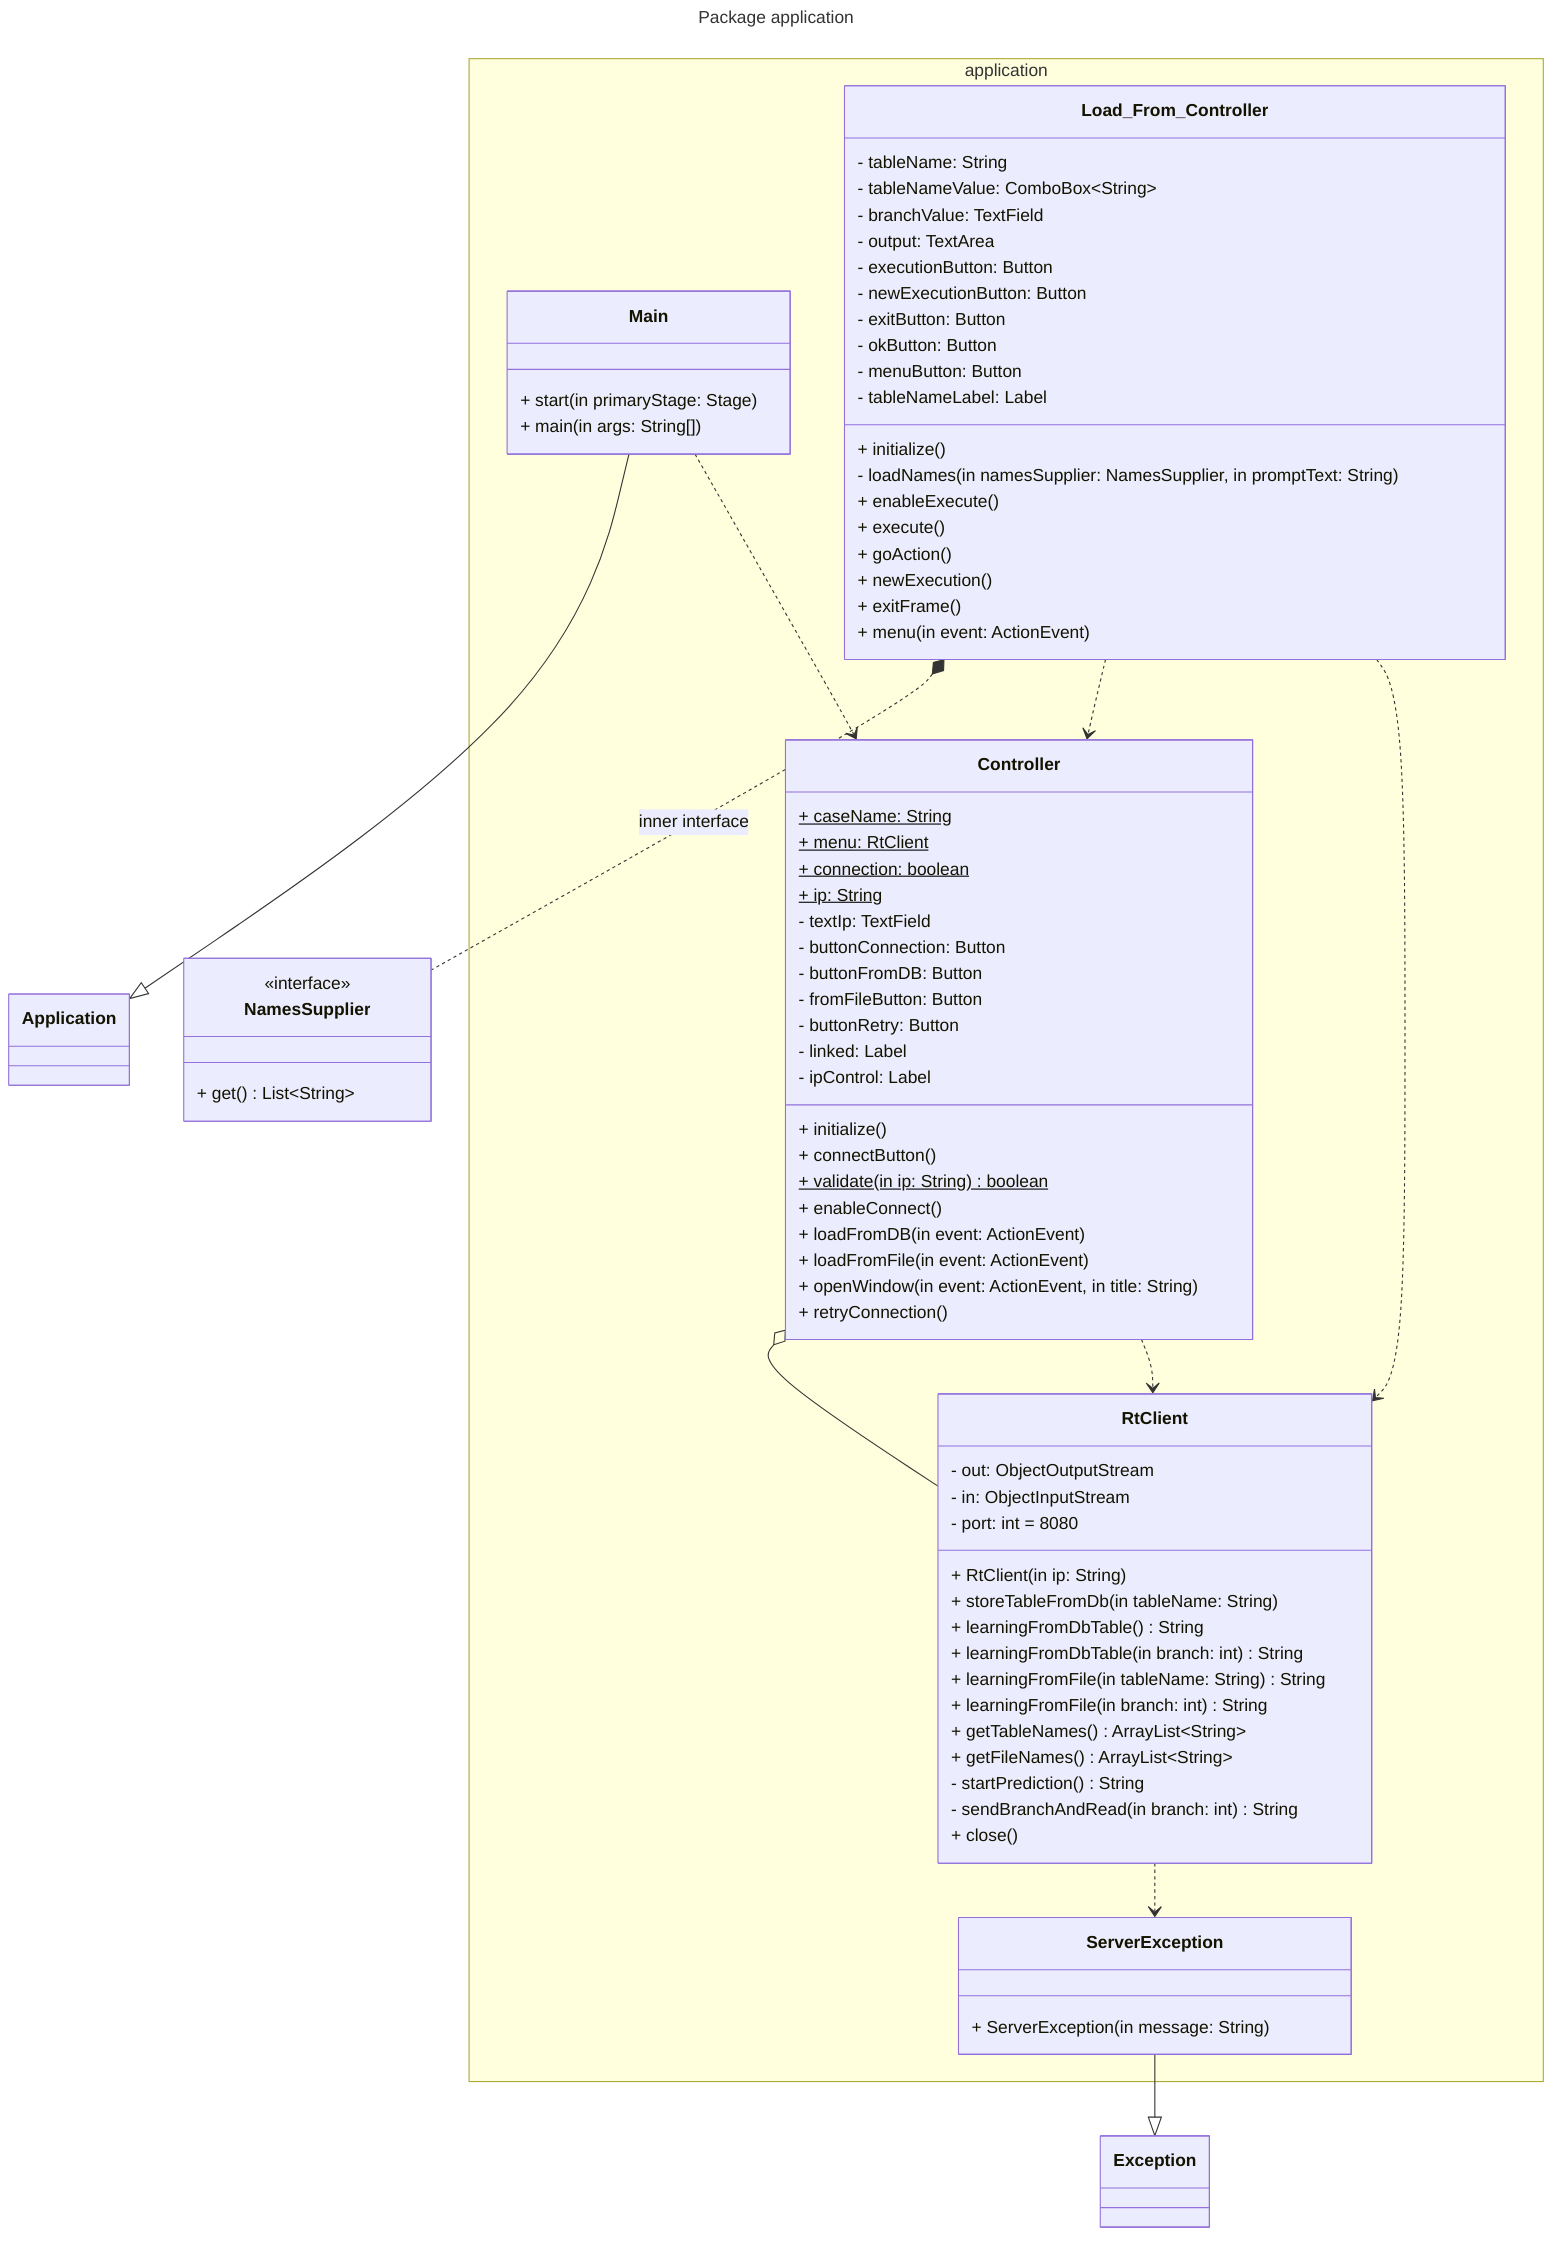
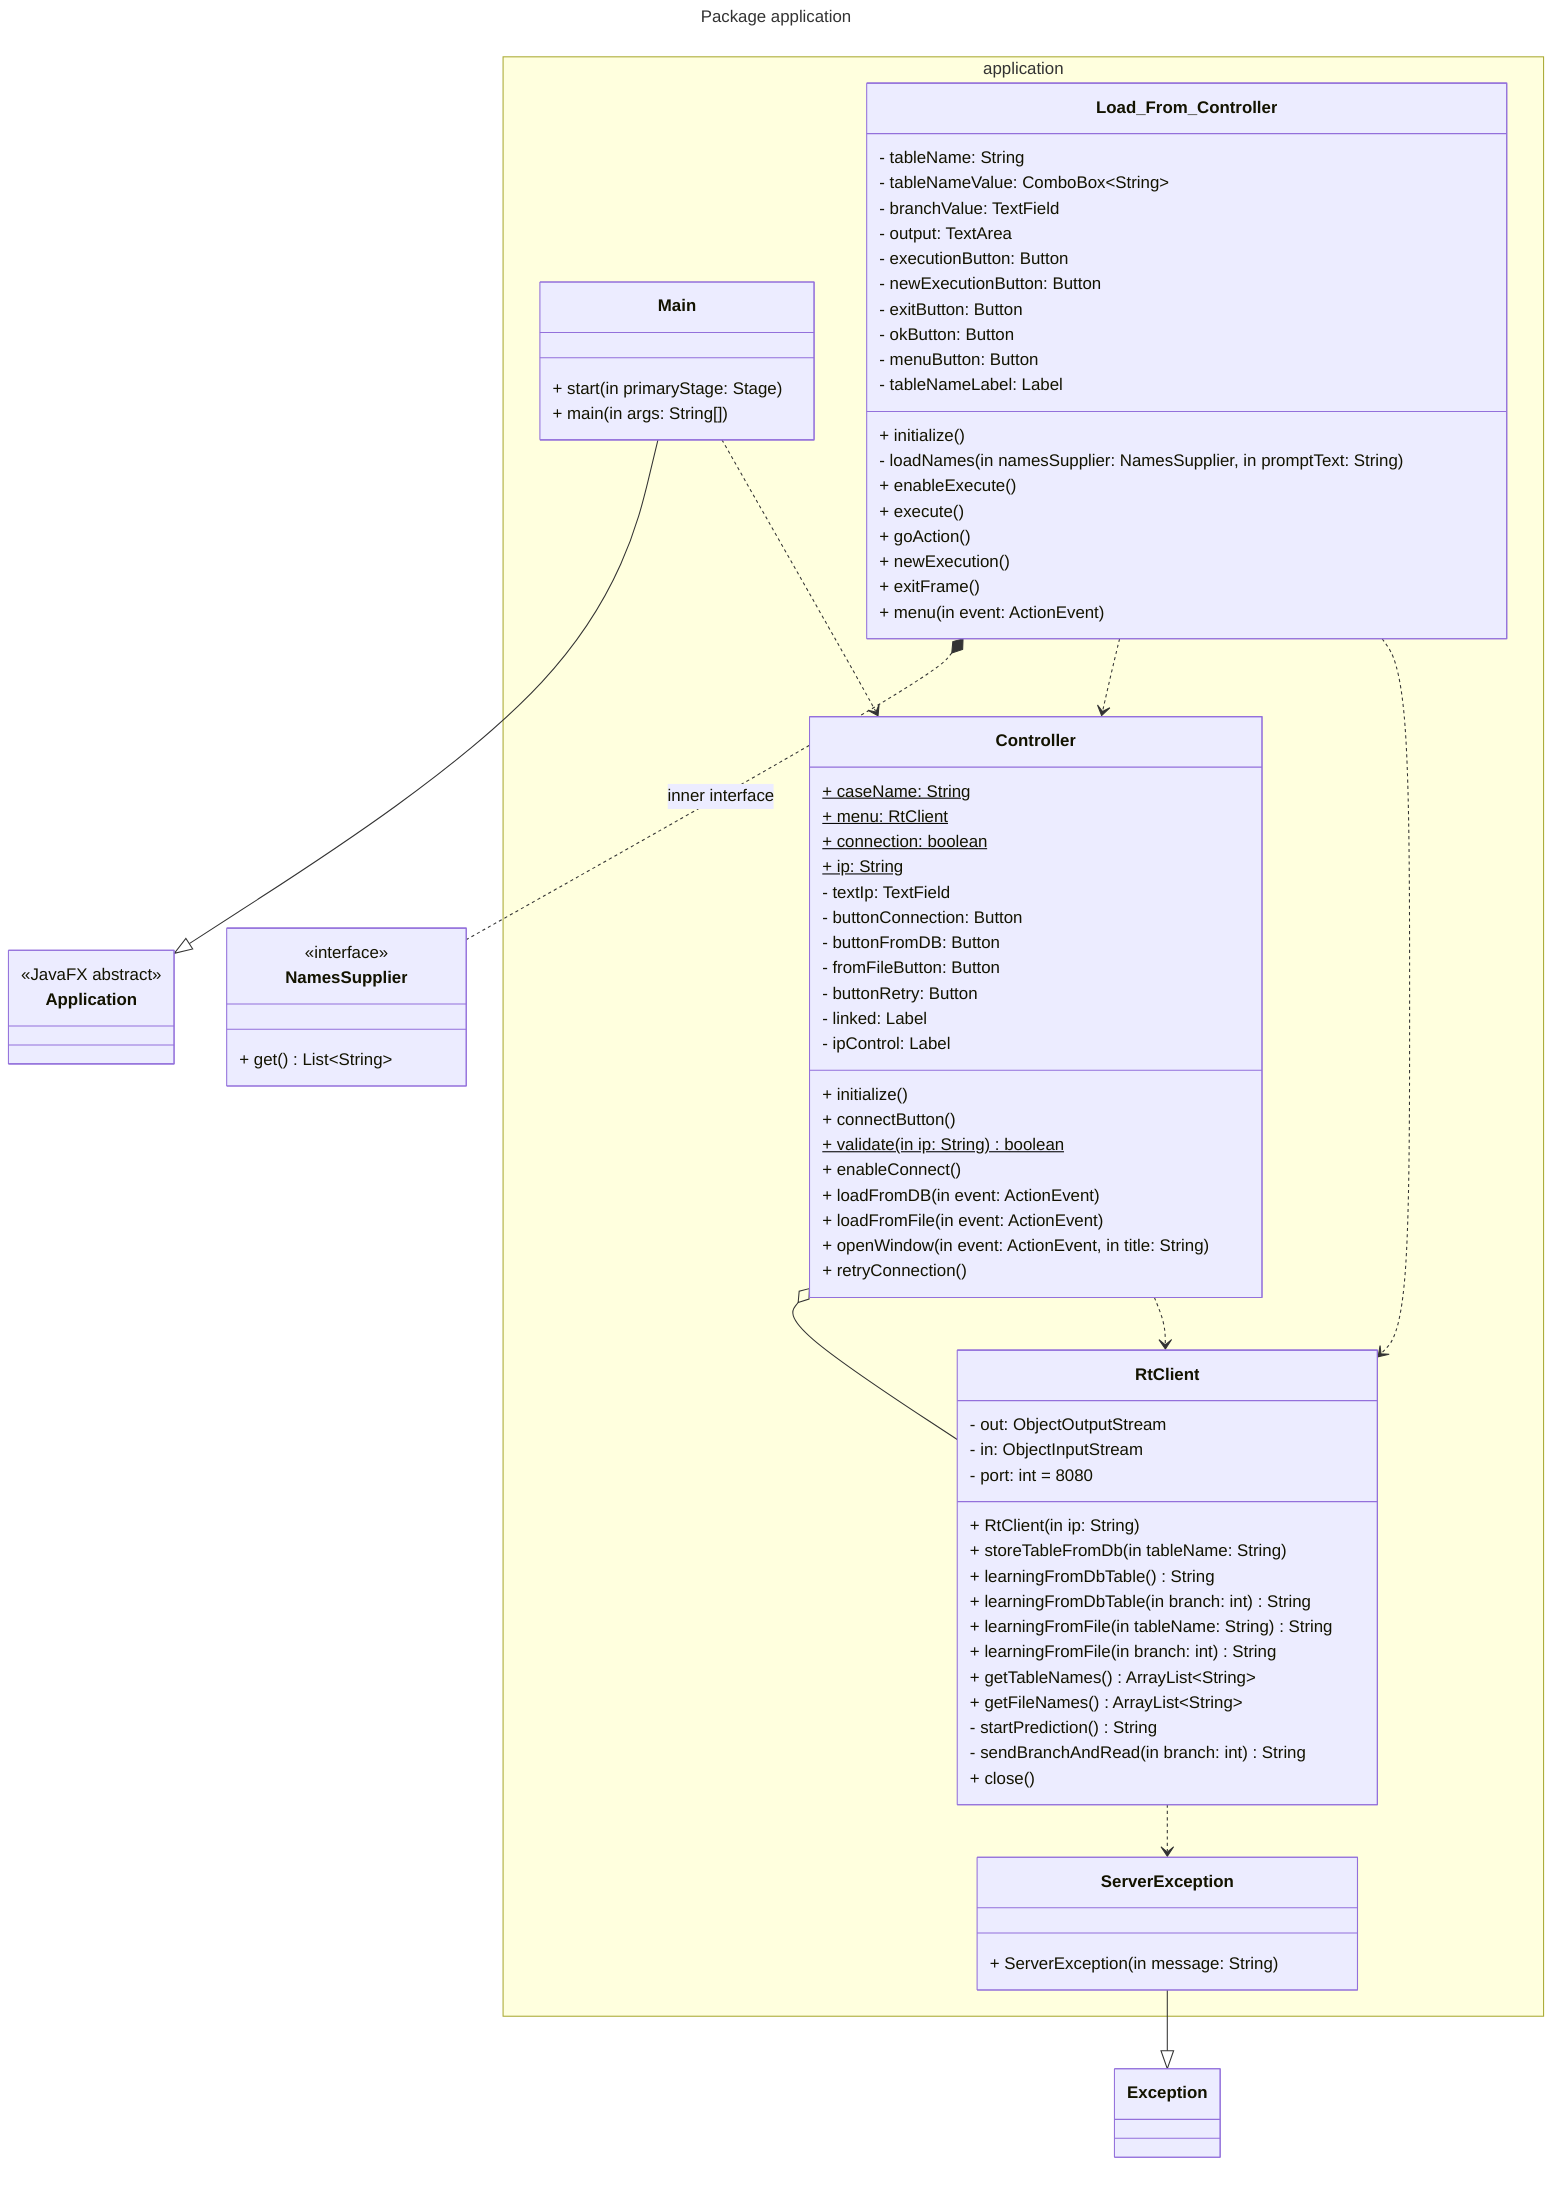
---
title: Package application
---
classDiagram
namespace application {
  class Main
  class Controller
  class Load_From_Controller
  class RtClient
  class ServerException
}

class Main {
  + start(in primaryStage: Stage)
  + main(in args: String[])
}

class Controller {
  + caseName: String $
  + menu: RtClient $
  + connection: boolean $
  + ip: String $
  - textIp: TextField
  - buttonConnection: Button
  - buttonFromDB: Button
  - fromFileButton: Button
  - buttonRetry: Button
  - linked: Label
  - ipControl: Label
  + initialize()
  + connectButton()
  + validate(in ip: String) boolean$
  + enableConnect()
  + loadFromDB(in event: ActionEvent)
  + loadFromFile(in event: ActionEvent)
  + openWindow(in event: ActionEvent, in title: String)
  + retryConnection()
}

class Load_From_Controller {
  - tableName: String
  - tableNameValue: ComboBox~String~
  - branchValue: TextField
  - output: TextArea
  - executionButton: Button
  - newExecutionButton: Button
  - exitButton: Button
  - okButton: Button
  - menuButton: Button
  - tableNameLabel: Label
  + initialize()
  - loadNames(in namesSupplier: NamesSupplier, in promptText: String)
  + enableExecute()
  + execute()
  + goAction()
  + newExecution()
  + exitFrame()
  + menu(in event: ActionEvent)
}

class NamesSupplier {
  <<interface>>
  + get() List~String~
}

class RtClient {
  - out: ObjectOutputStream
  - in: ObjectInputStream
  - port: int = 8080
  + RtClient(in ip: String)
  + storeTableFromDb(in tableName: String)
  + learningFromDbTable() String
  + learningFromDbTable(in branch: int) String
  + learningFromFile(in tableName: String) String
  + learningFromFile(in branch: int) String
  + getTableNames() ArrayList~String~
  + getFileNames() ArrayList~String~
  - startPrediction() String
  - sendBranchAndRead(in branch: int) String
  + close()
}

class ServerException {
  + ServerException(in message: String)
}

class Application {
+   <<JavaFX abstract>>
}

class Exception {
}

Main --|> Application
ServerException --|> Exception

Load_From_Controller *.. NamesSupplier : inner interface

Controller o-- RtClient
Main ..> Controller
Load_From_Controller ..> Controller
Load_From_Controller ..> RtClient
Controller ..> RtClient
RtClient ..> ServerException
